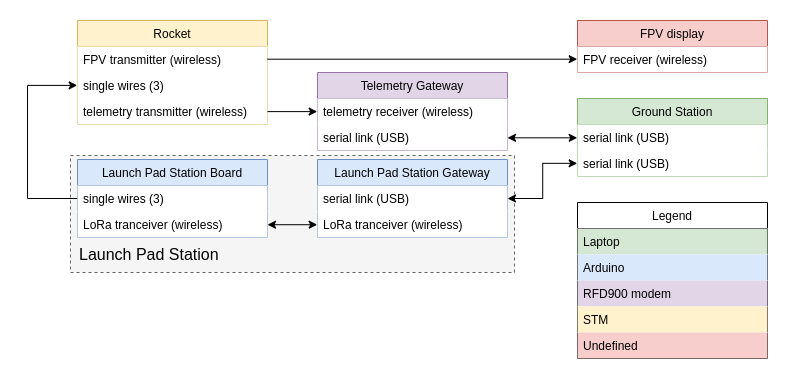
Before: doc/diagrams/data_links.png, a diagram exported from draw.io (aesirkth/ground-control). Source tidied: cells renumbered, new cells last; positions are measured from the earlier drawing's top-left corner, leaving out a move shared by most shapes.
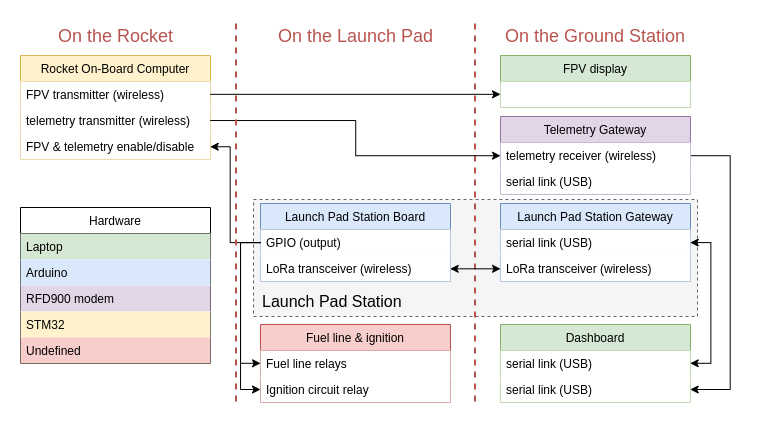
After the change.

Commit message:
doc: update data links

Diff of the diagram source:
```diff
@@ -3,42 +3,39 @@
     <mxCell id="0" />
     <mxCell id="1" parent="0" />
     <mxCell id="2" style="rounded=0;whiteSpace=wrap;html=1;fillColor=#f5f5f5;strokeColor=#666666;fontColor=#333333;dashed=1;" parent="1" vertex="1">
-      <mxGeometry x="43" y="135" width="444" height="117" as="geometry" />
+      <mxGeometry x="173" y="128" width="444" height="117" as="geometry" />
     </mxCell>
-    <mxCell id="3" value="Rocket" style="swimlane;fontStyle=0;horizontal=1;startSize=26;fillColor=#fff2cc;strokeColor=#d6b656;" parent="1" vertex="1">
-      <mxGeometry x="50" width="190" height="104" as="geometry" />
+    <mxCell id="3" value="Rocket On-Board Computer" style="swimlane;fontStyle=0;horizontal=1;startSize=26;fillColor=#fff2cc;strokeColor=#d6b656;" parent="1" vertex="1">
+      <mxGeometry x="-60" y="-16" width="190" height="104" as="geometry" />
     </mxCell>
     <mxCell id="4" value="FPV transmitter (wireless)&#10;" style="text;strokeColor=none;fillColor=#ffffff;align=left;verticalAlign=top;spacingLeft=4;spacingRight=4;overflow=hidden;points=[[0,0.5],[1,0.5]];portConstraint=eastwest;" parent="3" vertex="1">
       <mxGeometry y="26" width="190" height="26" as="geometry" />
     </mxCell>
+    <mxCell id="6" value="telemetry transmitter (wireless)" style="text;strokeColor=none;fillColor=#ffffff;align=left;verticalAlign=top;spacingLeft=4;spacingRight=4;overflow=hidden;points=[[0,0.5],[1,0.5]];portConstraint=eastwest;" parent="3" vertex="1">
+      <mxGeometry y="52" width="190" height="26" as="geometry" />
+    </mxCell>
-    <mxCell id="5" value="single wires (3)" style="text;strokeColor=none;fillColor=#ffffff;align=left;verticalAlign=top;spacingLeft=4;spacingRight=4;overflow=hidden;points=[[0,0.5],[1,0.5]];portConstraint=eastwest;" parent="3" vertex="1">
-      <mxGeometry y="52" width="190" height="26" as="geometry" />
+    <mxCell id="5" value="FPV &amp; telemetry enable/disable" style="text;strokeColor=none;fillColor=#ffffff;align=left;verticalAlign=top;spacingLeft=4;spacingRight=4;overflow=hidden;points=[[0,0.5],[1,0.5]];portConstraint=eastwest;" parent="3" vertex="1">
+      <mxGeometry y="78" width="190" height="26" as="geometry" />
     </mxCell>
-    <mxCell id="6" value="telemetry transmitter (wireless)" style="text;strokeColor=none;fillColor=#ffffff;align=left;verticalAlign=top;spacingLeft=4;spacingRight=4;overflow=hidden;points=[[0,0.5],[1,0.5]];portConstraint=eastwest;" parent="3" vertex="1">
-      <mxGeometry y="78" width="190" height="26" as="geometry" />
-    </mxCell>
-    <mxCell id="7" style="edgeStyle=orthogonalEdgeStyle;rounded=0;jettySize=auto;html=1;exitX=1;exitY=0.5;exitDx=0;exitDy=0;entryX=0;entryY=0.5;entryDx=0;entryDy=0;startArrow=classic;startFill=1;" parent="1" edge="1" source="10" target="20">
-      <mxGeometry relative="1" as="geometry" />
-    </mxCell>
     <mxCell id="8" value="Launch Pad Station Board" style="swimlane;fontStyle=0;horizontal=1;startSize=26;fillColor=#dae8fc;strokeColor=#6c8ebf;" parent="1" vertex="1">
-      <mxGeometry x="50" y="139" width="190" height="78" as="geometry" />
+      <mxGeometry x="180" y="132" width="190" height="78" as="geometry" />
     </mxCell>
-    <mxCell id="9" value="single wires (3)" style="text;strokeColor=none;fillColor=#ffffff;align=left;verticalAlign=top;spacingLeft=4;spacingRight=4;overflow=hidden;points=[[0,0.5],[1,0.5]];portConstraint=eastwest;" parent="8" vertex="1">
+    <mxCell id="9" value="GPIO (output)" style="text;strokeColor=none;fillColor=#ffffff;align=left;verticalAlign=top;spacingLeft=4;spacingRight=4;overflow=hidden;points=[[0,0.5],[1,0.5]];portConstraint=eastwest;" parent="8" vertex="1">
       <mxGeometry y="26" width="190" height="26" as="geometry" />
     </mxCell>
-    <mxCell id="10" value="LoRa tranceiver (wireless)" style="text;strokeColor=none;fillColor=#ffffff;align=left;verticalAlign=top;spacingLeft=4;spacingRight=4;overflow=hidden;points=[[0,0.5],[1,0.5]];portConstraint=eastwest;" parent="8" vertex="1">
+    <mxCell id="10" value="LoRa transceiver (wireless)" style="text;strokeColor=none;fillColor=#ffffff;align=left;verticalAlign=top;spacingLeft=4;spacingRight=4;overflow=hidden;points=[[0,0.5],[1,0.5]];portConstraint=eastwest;" parent="8" vertex="1">
       <mxGeometry y="52" width="190" height="26" as="geometry" />
     </mxCell>
-    <mxCell id="11" style="edgeStyle=orthogonalEdgeStyle;rounded=0;jettySize=auto;html=1;exitX=0;exitY=0.5;exitDx=0;exitDy=0;entryX=0;entryY=0.5;entryDx=0;entryDy=0;" parent="1" edge="1" source="9" target="5">
+    <mxCell id="11" style="edgeStyle=orthogonalEdgeStyle;rounded=0;jettySize=auto;html=1;exitX=0;exitY=0.5;exitDx=0;exitDy=0;entryX=1;entryY=0.5;entryDx=0;entryDy=0;" parent="1" edge="1" source="9" target="5">
       <mxGeometry relative="1" as="geometry">
         <Array as="points">
-          <mxPoint y="178" />
-          <mxPoint y="65" />
+          <mxPoint x="150" y="171" />
+          <mxPoint x="150" y="75" />
         </Array>
       </mxGeometry>
     </mxCell>
-    <mxCell id="12" value="Ground Station" style="swimlane;fontStyle=0;horizontal=1;startSize=26;fillColor=#d5e8d4;strokeColor=#82b366;" parent="1" vertex="1">
-      <mxGeometry x="550" y="78" width="190" height="78" as="geometry" />
+    <mxCell id="12" value="Dashboard" style="swimlane;fontStyle=0;horizontal=1;startSize=26;fillColor=#d5e8d4;strokeColor=#82b366;" parent="1" vertex="1">
+      <mxGeometry x="420" y="253" width="190" height="78" as="geometry" />
     </mxCell>
     <mxCell id="13" value="serial link (USB)" style="text;strokeColor=none;fillColor=#ffffff;align=left;verticalAlign=top;spacingLeft=4;spacingRight=4;overflow=hidden;points=[[0,0.5],[1,0.5]];portConstraint=eastwest;" parent="12" vertex="1">
       <mxGeometry y="26" width="190" height="26" as="geometry" />
@@ -46,8 +43,16 @@
     <mxCell id="14" value="serial link (USB)" style="text;align=left;verticalAlign=top;spacingLeft=4;spacingRight=4;overflow=hidden;points=[[0,0.5],[1,0.5]];portConstraint=eastwest;fillColor=#ffffff;" parent="12" vertex="1">
       <mxGeometry y="52" width="190" height="26" as="geometry" />
     </mxCell>
+    <mxCell id="34" style="edgeStyle=orthogonalEdgeStyle;rounded=0;jettySize=auto;html=1;exitX=1;exitY=0.5;exitDx=0;exitDy=0;entryX=1;entryY=0.5;entryDx=0;entryDy=0;strokeWidth=1;fontSize=16;fontColor=#B85450;" parent="1" edge="1" source="15" target="14">
+      <mxGeometry relative="1" as="geometry">
+        <Array as="points">
+          <mxPoint x="650" y="84" />
+          <mxPoint x="650" y="318" />
+        </Array>
+      </mxGeometry>
+    </mxCell>
     <mxCell id="15" value="Telemetry Gateway" style="swimlane;fontStyle=0;horizontal=1;startSize=26;fillColor=#e1d5e7;strokeColor=#9673a6;" parent="1" vertex="1">
-      <mxGeometry x="290" y="52" width="190" height="78" as="geometry" />
+      <mxGeometry x="420" y="45" width="190" height="78" as="geometry" />
     </mxCell>
     <mxCell id="16" value="telemetry receiver (wireless)" style="text;strokeColor=none;fillColor=#ffffff;align=left;verticalAlign=top;spacingLeft=4;spacingRight=4;overflow=hidden;points=[[0,0.5],[1,0.5]];portConstraint=eastwest;" parent="15" vertex="1">
       <mxGeometry y="26" width="190" height="26" as="geometry" />
@@ -55,35 +60,29 @@
     <mxCell id="17" value="serial link (USB)" style="text;strokeColor=none;fillColor=#ffffff;align=left;verticalAlign=top;spacingLeft=4;spacingRight=4;overflow=hidden;points=[[0,0.5],[1,0.5]];portConstraint=eastwest;" parent="15" vertex="1">
       <mxGeometry y="52" width="190" height="26" as="geometry" />
     </mxCell>
+    <mxCell id="35" style="edgeStyle=orthogonalEdgeStyle;rounded=0;jettySize=auto;html=1;exitX=1;exitY=0.5;exitDx=0;exitDy=0;entryX=1;entryY=0.5;entryDx=0;entryDy=0;strokeWidth=1;fontSize=16;fontColor=#B85450;startArrow=classic;startFill=1;" parent="1" edge="1" source="18" target="13">
+      <mxGeometry relative="1" as="geometry" />
+    </mxCell>
     <mxCell id="18" value="Launch Pad Station Gateway" style="swimlane;fontStyle=0;horizontal=1;startSize=26;fillColor=#dae8fc;strokeColor=#6c8ebf;" parent="1" vertex="1">
-      <mxGeometry x="290" y="139" width="190" height="78" as="geometry" />
+      <mxGeometry x="420" y="132" width="190" height="78" as="geometry" />
     </mxCell>
     <mxCell id="19" value="serial link (USB)" style="text;strokeColor=none;fillColor=#ffffff;align=left;verticalAlign=top;spacingLeft=4;spacingRight=4;overflow=hidden;points=[[0,0.5],[1,0.5]];portConstraint=eastwest;" parent="18" vertex="1">
       <mxGeometry y="26" width="190" height="26" as="geometry" />
     </mxCell>
-    <mxCell id="20" value="LoRa tranceiver (wireless)" style="text;strokeColor=none;fillColor=#ffffff;align=left;verticalAlign=top;spacingLeft=4;spacingRight=4;overflow=hidden;points=[[0,0.5],[1,0.5]];portConstraint=eastwest;" parent="18" vertex="1">
+    <mxCell id="20" value="LoRa transceiver (wireless)" style="text;strokeColor=none;fillColor=#ffffff;align=left;verticalAlign=top;spacingLeft=4;spacingRight=4;overflow=hidden;points=[[0,0.5],[1,0.5]];portConstraint=eastwest;" parent="18" vertex="1">
       <mxGeometry y="52" width="190" height="26" as="geometry" />
     </mxCell>
-    <mxCell id="21" style="edgeStyle=orthogonalEdgeStyle;rounded=0;jettySize=auto;html=1;exitX=0;exitY=0.5;exitDx=0;exitDy=0;entryX=1;entryY=0.5;entryDx=0;entryDy=0;startArrow=classic;startFill=1;" parent="1" edge="1" source="14" target="19">
-      <mxGeometry relative="1" as="geometry" />
-    </mxCell>
-    <mxCell id="22" style="edgeStyle=orthogonalEdgeStyle;rounded=0;jettySize=auto;html=1;exitX=0;exitY=0.5;exitDx=0;exitDy=0;entryX=1;entryY=0.5;entryDx=0;entryDy=0;startArrow=classic;startFill=1;endArrow=classic;endFill=1;" parent="1" edge="1" source="13" target="17">
-      <mxGeometry relative="1" as="geometry" />
-    </mxCell>
-    <mxCell id="23" style="edgeStyle=orthogonalEdgeStyle;rounded=0;jettySize=auto;html=1;exitX=1;exitY=0.5;exitDx=0;exitDy=0;entryX=0;entryY=0.5;entryDx=0;entryDy=0;startArrow=none;startFill=0;" parent="1" edge="1" source="6" target="16">
-      <mxGeometry relative="1" as="geometry" />
-    </mxCell>
-    <mxCell id="24" value="FPV display" style="swimlane;fontStyle=0;horizontal=1;startSize=26;fillColor=#f8cecc;strokeColor=#b85450;" parent="1" vertex="1">
-      <mxGeometry x="550" width="190" height="52" as="geometry" />
+    <mxCell id="24" value="FPV display" style="swimlane;fontStyle=0;horizontal=1;startSize=26;fillColor=#d5e8d4;strokeColor=#82b366;" parent="1" vertex="1">
+      <mxGeometry x="420" y="-16" width="190" height="52" as="geometry" />
     </mxCell>
-    <mxCell id="25" value="FPV receiver (wireless)" style="text;strokeColor=none;fillColor=#ffffff;align=left;verticalAlign=top;spacingLeft=4;spacingRight=4;overflow=hidden;points=[[0,0.5],[1,0.5]];portConstraint=eastwest;" parent="24" vertex="1">
+    <mxCell id="25" style="text;strokeColor=none;fillColor=#ffffff;align=left;verticalAlign=top;spacingLeft=4;spacingRight=4;overflow=hidden;points=[[0,0.5],[1,0.5]];portConstraint=eastwest;" parent="24" vertex="1">
       <mxGeometry y="26" width="190" height="26" as="geometry" />
     </mxCell>
     <mxCell id="26" style="edgeStyle=orthogonalEdgeStyle;rounded=0;jettySize=auto;html=1;exitX=1;exitY=0.5;exitDx=0;exitDy=0;entryX=0;entryY=0.5;entryDx=0;entryDy=0;startArrow=none;startFill=0;endArrow=classic;endFill=1;" parent="1" edge="1" source="4" target="25">
       <mxGeometry relative="1" as="geometry" />
     </mxCell>
-    <mxCell id="27" value="Legend" style="swimlane;fontStyle=0;horizontal=1;startSize=26;strokeColor=#000000;" parent="1" vertex="1">
-      <mxGeometry x="550" y="182" width="190" height="156" as="geometry" />
+    <mxCell id="27" value="Hardware" style="swimlane;fontStyle=0;horizontal=1;startSize=26;strokeColor=#000000;" parent="1" vertex="1">
+      <mxGeometry x="-60" y="136" width="190" height="156" as="geometry" />
     </mxCell>
     <mxCell id="28" value="Laptop" style="text;strokeColor=none;fillColor=#d5e8d4;align=left;verticalAlign=top;spacingLeft=4;spacingRight=4;overflow=hidden;" parent="27" vertex="1">
       <mxGeometry y="26" width="190" height="26" as="geometry" />
@@ -94,14 +93,66 @@
     <mxCell id="30" value="RFD900 modem" style="text;strokeColor=none;fillColor=#e1d5e7;align=left;verticalAlign=top;spacingLeft=4;spacingRight=4;overflow=hidden;" parent="27" vertex="1">
       <mxGeometry y="78" width="190" height="26" as="geometry" />
     </mxCell>
-    <mxCell id="31" value="STM" style="text;strokeColor=none;fillColor=#fff2cc;align=left;verticalAlign=top;spacingLeft=4;spacingRight=4;overflow=hidden;" parent="27" vertex="1">
+    <mxCell id="31" value="STM32" style="text;strokeColor=none;fillColor=#fff2cc;align=left;verticalAlign=top;spacingLeft=4;spacingRight=4;overflow=hidden;" parent="27" vertex="1">
       <mxGeometry y="104" width="190" height="26" as="geometry" />
     </mxCell>
     <mxCell id="32" value="Undefined" style="text;strokeColor=none;fillColor=#f8cecc;align=left;verticalAlign=top;spacingLeft=4;spacingRight=4;overflow=hidden;" parent="27" vertex="1">
       <mxGeometry y="130" width="190" height="26" as="geometry" />
     </mxCell>
     <mxCell id="33" value="Launch Pad Station" style="text;html=1;align=left;verticalAlign=top;spacingTop=-4;fontSize=16;" parent="1" vertex="1">
-      <mxGeometry x="50" y="222" width="160" height="20" as="geometry" />
+      <mxGeometry x="180" y="218.5" width="160" height="20" as="geometry" />
     </mxCell>
+    <mxCell id="36" style="endArrow=none;html=1;fillColor=#f8cecc;strokeColor=#b85450;strokeWidth=2;dashed=1;" parent="1" edge="1">
+      <mxGeometry relative="1" as="geometry">
+        <mxPoint x="394.5" y="330" as="sourcePoint" />
+        <mxPoint x="394.5" y="-50" as="targetPoint" />
+      </mxGeometry>
+    </mxCell>
+    <mxCell id="23" style="edgeStyle=orthogonalEdgeStyle;rounded=0;jettySize=auto;html=1;exitX=1;exitY=0.5;exitDx=0;exitDy=0;entryX=0;entryY=0.5;entryDx=0;entryDy=0;startArrow=none;startFill=0;" parent="1" edge="1" source="6" target="16">
+      <mxGeometry relative="1" as="geometry" />
+    </mxCell>
+    <mxCell id="7" style="edgeStyle=orthogonalEdgeStyle;rounded=0;jettySize=auto;html=1;exitX=1;exitY=0.5;exitDx=0;exitDy=0;entryX=0;entryY=0.5;entryDx=0;entryDy=0;startArrow=classic;startFill=1;" parent="1" edge="1" source="10" target="20">
+      <mxGeometry relative="1" as="geometry" />
+    </mxCell>
+    <mxCell id="37" value="On the Launch Pad" style="text;html=1;align=center;verticalAlign=top;spacingTop=-4;fontSize=18;fontColor=#B85450;" parent="1" vertex="1">
+      <mxGeometry x="200" y="-48" width="150" height="20" as="geometry" />
+    </mxCell>
+    <mxCell id="38" value="On the Ground Station" style="text;html=1;align=center;verticalAlign=top;spacingTop=-4;fontSize=18;fontColor=#B85450;" parent="1" vertex="1">
+      <mxGeometry x="415" y="-48" width="200" height="20" as="geometry" />
+    </mxCell>
+    <mxCell id="39" value="Fuel line &amp; ignition" style="swimlane;fontStyle=0;horizontal=1;startSize=26;fillColor=#f8cecc;strokeColor=#b85450;" parent="1" vertex="1">
+      <mxGeometry x="180" y="253" width="190" height="78" as="geometry" />
+    </mxCell>
+    <mxCell id="40" value="Fuel line relays" style="text;strokeColor=none;fillColor=#ffffff;align=left;verticalAlign=top;spacingLeft=4;spacingRight=4;overflow=hidden;" parent="39" vertex="1">
+      <mxGeometry y="26" width="190" height="26" as="geometry" />
+    </mxCell>
+    <mxCell id="41" value="Ignition circuit relay" style="text;strokeColor=none;fillColor=#ffffff;align=left;verticalAlign=top;spacingLeft=4;spacingRight=4;overflow=hidden;points=[[0,0.5],[1,0.5]];portConstraint=eastwest;" parent="39" vertex="1">
+      <mxGeometry y="52" width="190" height="26" as="geometry" />
+    </mxCell>
+    <mxCell id="42" style="edgeStyle=orthogonalEdgeStyle;rounded=0;jettySize=auto;html=1;exitX=0;exitY=0.5;exitDx=0;exitDy=0;entryX=0;entryY=0.5;entryDx=0;entryDy=0;strokeWidth=1;fontSize=16;fontColor=#B85450;" parent="1" edge="1" source="9" target="39">
+      <mxGeometry relative="1" as="geometry">
+        <Array as="points">
+          <mxPoint x="160" y="171" />
+          <mxPoint x="160" y="292" />
+        </Array>
+      </mxGeometry>
+    </mxCell>
+    <mxCell id="43" style="edgeStyle=orthogonalEdgeStyle;rounded=0;jettySize=auto;html=1;exitX=0;exitY=0.5;exitDx=0;exitDy=0;entryX=0;entryY=0.5;entryDx=0;entryDy=0;strokeWidth=1;fontSize=16;fontColor=#B85450;" parent="1" edge="1" source="9" target="41">
+      <mxGeometry relative="1" as="geometry">
+        <Array as="points">
+          <mxPoint x="160" y="171" />
+          <mxPoint x="160" y="318" />
+        </Array>
+      </mxGeometry>
+    </mxCell>
+    <mxCell id="44" style="endArrow=none;html=1;fillColor=#f8cecc;strokeColor=#b85450;strokeWidth=2;dashed=1;" parent="1" edge="1">
+      <mxGeometry relative="1" as="geometry">
+        <mxPoint x="155.5" y="330" as="sourcePoint" />
+        <mxPoint x="155.5" y="-50" as="targetPoint" />
+      </mxGeometry>
+    </mxCell>
+    <mxCell id="45" value="On the Rocket" style="text;html=1;align=center;verticalAlign=top;spacingTop=-4;fontSize=18;fontColor=#B85450;" parent="1" vertex="1">
+      <mxGeometry x="-30" y="-48" width="130" height="20" as="geometry" />
+    </mxCell>
   </root>
 </mxGraphModel>
```
